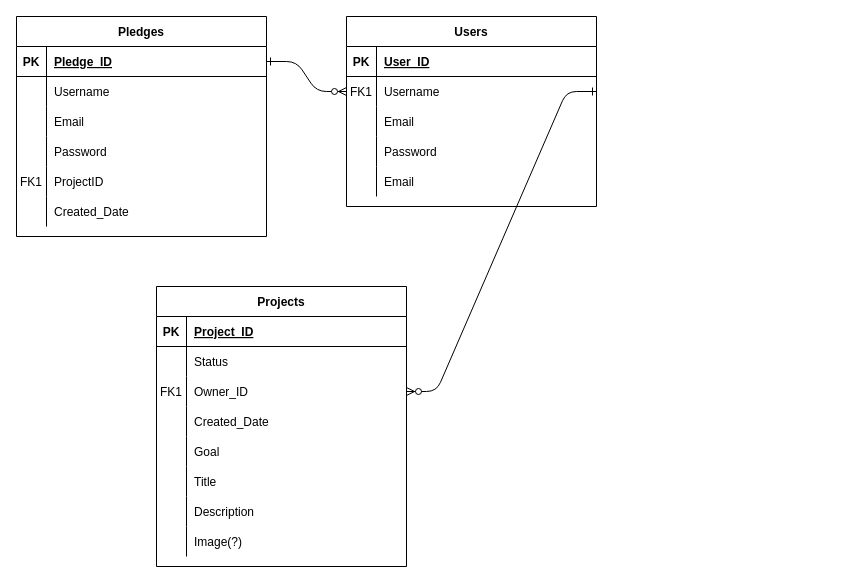
Earlier version of the draw.io diagram ERD.drawio (BrooklinC/crowdfundproject_backend). Source tidied: cells renumbered, new cells numbered last; positions are measured from the earlier drawing's top-left corner, leaving out a move shared by most shapes. Both pictures are drawn from the tidied source at 100%, with x=0, y=0 at pixel (16, 16).
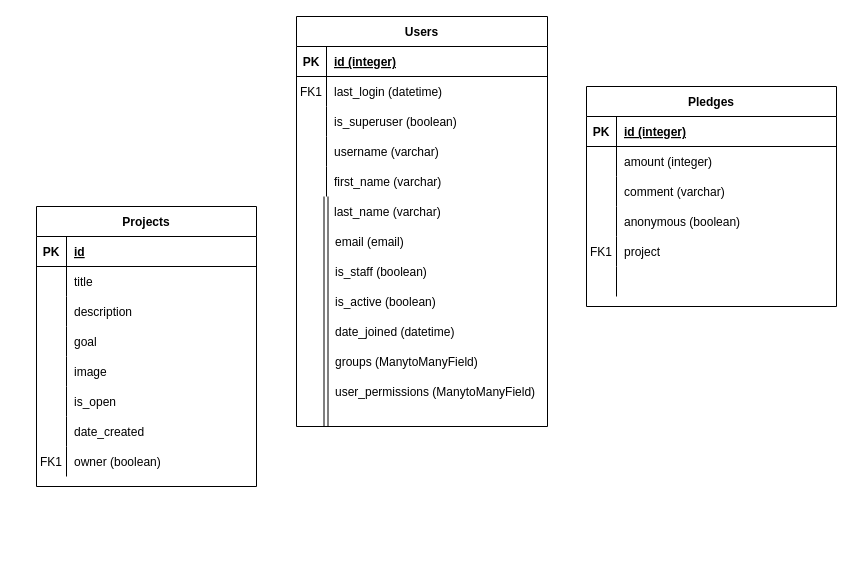
The same page after the edit.

Commit message:
Keep effing swimming

Unchanged cells that the change refers to:
```xml
<mxCell id="46" style="shape=partialRectangle;fillColor=none;points=[[0,0.5],[1,0.5]];portConstraint=eastwest;top=0;left=0;right=0;bottom=1;" parent="45" vertex="1">
  <mxGeometry y="30" width="250" height="30" as="geometry" />
</mxCell>
<mxCell id="49" style="shape=partialRectangle;fillColor=none;top=0;left=0;right=0;bottom=0;" parent="45" vertex="1">
  <mxGeometry y="60" width="250" height="30" as="geometry" />
</mxCell>
<mxCell id="52" style="shape=partialRectangle;fillColor=none;top=0;left=0;right=0;bottom=0;" parent="45" vertex="1">
  <mxGeometry y="90" width="250" height="30" as="geometry" />
</mxCell>
<mxCell id="55" style="shape=partialRectangle;fillColor=none;top=0;left=0;right=0;bottom=0;" parent="45" vertex="1">
  <mxGeometry y="120" width="250" height="30" as="geometry" />
</mxCell>
<mxCell id="58" style="shape=partialRectangle;fillColor=none;top=0;left=0;right=0;bottom=0;" parent="45" vertex="1">
  <mxGeometry y="150" width="250" height="30" as="geometry" />
</mxCell>
<mxCell id="61" style="shape=partialRectangle;fillColor=none;top=0;left=0;right=0;bottom=0;" parent="45" vertex="1">
  <mxGeometry y="180" width="250" height="30" as="geometry" />
</mxCell>
```

What changed in the source:
```diff
@@
-    <mxCell id="2" style="edgeStyle=entityRelationEdgeStyle;endArrow=ERzeroToMany;startArrow=ERone;endFill=1;startFill=0;" parent="1" edge="1" source="46" target="8">
-      <mxGeometry relative="1" as="geometry" />
-    </mxCell>
-    <mxCell id="3" style="edgeStyle=entityRelationEdgeStyle;endArrow=ERzeroToMany;startArrow=ERone;endFill=1;startFill=0;entryX=1;entryY=0.5;entryDx=0;entryDy=0;exitX=1;exitY=0.5;exitDx=0;exitDy=0;" parent="1" edge="1" source="8" target="27">
-      <mxGeometry relative="1" as="geometry" />
-    </mxCell>
     <mxCell id="4" value="Users" style="shape=table;startSize=30;childLayout=tableLayout;rowLines=0;fontStyle=1;align=center;" parent="1" vertex="1">
-      <mxGeometry x="330" width="250" height="190" as="geometry" />
+      <mxGeometry x="280" width="251" height="410" as="geometry" />
     </mxCell>
     <mxCell id="5" style="shape=partialRectangle;fillColor=none;top=0;left=0;right=0;bottom=1;" parent="4" vertex="1">
-      <mxGeometry y="30" width="250" height="30" as="geometry" />
+      <mxGeometry y="30" width="251" height="30" as="geometry" />
     </mxCell>
@@
-    <mxCell id="7" value="User_ID" style="shape=partialRectangle;overflow=hidden;fillColor=none;top=0;left=0;bottom=0;right=0;align=left;spacingLeft=6;fontStyle=5;" parent="5" vertex="1">
-      <mxGeometry x="30" width="220" height="30" as="geometry" />
+    <mxCell id="7" value="id (integer)" style="shape=partialRectangle;overflow=hidden;fillColor=none;top=0;left=0;bottom=0;right=0;align=left;spacingLeft=6;fontStyle=5;" parent="5" vertex="1">
+      <mxGeometry x="30" width="221" height="30" as="geometry" />
     </mxCell>
     <mxCell id="8" style="shape=partialRectangle;fillColor=none;points=[[0,0.5],[1,0.5]];portConstraint=eastwest;top=0;left=0;right=0;bottom=0;" parent="4" vertex="1">
-      <mxGeometry y="60" width="250" height="30" as="geometry" />
+      <mxGeometry y="60" width="251" height="30" as="geometry" />
     </mxCell>
@@
-    <mxCell id="10" value="Username" style="shape=partialRectangle;overflow=hidden;fillColor=none;top=0;left=0;bottom=0;right=0;align=left;spacingLeft=6;" parent="8" vertex="1">
-      <mxGeometry x="30" width="220" height="30" as="geometry" />
+    <mxCell id="10" value="last_login (datetime)" style="shape=partialRectangle;overflow=hidden;fillColor=none;top=0;left=0;bottom=0;right=0;align=left;spacingLeft=6;" parent="8" vertex="1">
+      <mxGeometry x="30" width="221" height="30" as="geometry" />
     </mxCell>
     <mxCell id="11" style="shape=partialRectangle;fillColor=none;top=0;left=0;right=0;bottom=0;" parent="4" vertex="1">
-      <mxGeometry y="90" width="250" height="30" as="geometry" />
+      <mxGeometry y="90" width="251" height="30" as="geometry" />
     </mxCell>
@@
-    <mxCell id="13" value="Email" style="shape=partialRectangle;overflow=hidden;fillColor=none;top=0;left=0;bottom=0;right=0;align=left;spacingLeft=6;" parent="11" vertex="1">
-      <mxGeometry x="30" width="220" height="30" as="geometry" />
+    <mxCell id="13" value="is_superuser (boolean)" style="shape=partialRectangle;overflow=hidden;fillColor=none;top=0;left=0;bottom=0;right=0;align=left;spacingLeft=6;" parent="11" vertex="1">
+      <mxGeometry x="30" width="221" height="30" as="geometry" />
     </mxCell>
     <mxCell id="14" style="shape=partialRectangle;fillColor=none;top=0;left=0;right=0;bottom=0;" parent="4" vertex="1">
-      <mxGeometry y="120" width="250" height="30" as="geometry" />
+      <mxGeometry y="120" width="251" height="30" as="geometry" />
     </mxCell>
@@
-    <mxCell id="16" value="Password" style="shape=partialRectangle;overflow=hidden;fillColor=none;top=0;left=0;bottom=0;right=0;align=left;spacingLeft=6;" parent="14" vertex="1">
-      <mxGeometry x="30" width="220" height="30" as="geometry" />
+    <mxCell id="16" value="username (varchar)" style="shape=partialRectangle;overflow=hidden;fillColor=none;top=0;left=0;bottom=0;right=0;align=left;spacingLeft=6;" parent="14" vertex="1">
+      <mxGeometry x="30" width="221" height="30" as="geometry" />
     </mxCell>
     <mxCell id="17" style="shape=partialRectangle;fillColor=none;top=0;left=0;right=0;bottom=0;" parent="4" vertex="1">
-      <mxGeometry y="150" width="250" height="30" as="geometry" />
+      <mxGeometry y="150" width="251" height="30" as="geometry" />
     </mxCell>
@@
-    <mxCell id="19" value="Email" style="shape=partialRectangle;overflow=hidden;fillColor=none;top=0;left=0;bottom=0;right=0;align=left;spacingLeft=6;" parent="17" vertex="1">
-      <mxGeometry x="30" width="220" height="30" as="geometry" />
+    <mxCell id="19" value="first_name (varchar)" style="shape=partialRectangle;overflow=hidden;fillColor=none;top=0;left=0;bottom=0;right=0;align=left;spacingLeft=6;" parent="17" vertex="1">
+      <mxGeometry x="30" width="221" height="30" as="geometry" />
     </mxCell>
     <mxCell id="20" value="Projects" style="shape=table;startSize=30;childLayout=tableLayout;rowLines=0;fontStyle=1;align=center;" parent="1" vertex="1">
-      <mxGeometry x="140" y="270" width="250" height="280" as="geometry" />
+      <mxGeometry x="20" y="190" width="220" height="280" as="geometry" />
     </mxCell>
     <mxCell id="21" style="shape=partialRectangle;fillColor=none;top=0;left=0;right=0;bottom=1;" parent="20" vertex="1">
-      <mxGeometry y="30" width="250" height="30" as="geometry" />
+      <mxGeometry y="30" width="220" height="30" as="geometry" />
     </mxCell>
@@
-    <mxCell id="23" value="Project_ID" style="shape=partialRectangle;overflow=hidden;fillColor=none;top=0;left=0;bottom=0;right=0;align=left;spacingLeft=6;fontStyle=5;" parent="21" vertex="1">
-      <mxGeometry x="30" width="220" height="30" as="geometry" />
+    <mxCell id="23" value="id" style="shape=partialRectangle;overflow=hidden;fillColor=none;top=0;left=0;bottom=0;right=0;align=left;spacingLeft=6;fontStyle=5;" parent="21" vertex="1">
+      <mxGeometry x="30" width="190" height="30" as="geometry" />
     </mxCell>
     <mxCell id="24" style="shape=partialRectangle;fillColor=none;top=0;left=0;right=0;bottom=0;" parent="20" vertex="1">
-      <mxGeometry y="60" width="250" height="30" as="geometry" />
+      <mxGeometry y="60" width="220" height="30" as="geometry" />
     </mxCell>
@@
-    <mxCell id="26" value="Status" style="shape=partialRectangle;overflow=hidden;fillColor=none;top=0;left=0;bottom=0;right=0;align=left;spacingLeft=6;" parent="24" vertex="1">
-      <mxGeometry x="30" width="220" height="30" as="geometry" />
+    <mxCell id="26" value="title" style="shape=partialRectangle;overflow=hidden;fillColor=none;top=0;left=0;bottom=0;right=0;align=left;spacingLeft=6;" parent="24" vertex="1">
+      <mxGeometry x="30" width="190" height="30" as="geometry" />
     </mxCell>
     <mxCell id="27" style="shape=partialRectangle;fillColor=none;points=[[0,0.5],[1,0.5]];portConstraint=eastwest;top=0;left=0;right=0;bottom=0;" parent="20" vertex="1">
-      <mxGeometry y="90" width="250" height="30" as="geometry" />
+      <mxGeometry y="90" width="220" height="30" as="geometry" />
     </mxCell>
-    <mxCell id="28" value="FK1" style="shape=partialRectangle;overflow=hidden;fillColor=none;top=0;left=0;bottom=0;right=0;" parent="27" vertex="1">
+    <mxCell id="28" style="shape=partialRectangle;overflow=hidden;fillColor=none;top=0;left=0;bottom=0;right=0;" parent="27" vertex="1">
       <mxGeometry width="30" height="30" as="geometry" />
     </mxCell>
-    <mxCell id="29" value="Owner_ID" style="shape=partialRectangle;overflow=hidden;fillColor=none;top=0;left=0;bottom=0;right=0;align=left;spacingLeft=6;" parent="27" vertex="1">
-      <mxGeometry x="30" width="220" height="30" as="geometry" />
+    <mxCell id="29" value="description" style="shape=partialRectangle;overflow=hidden;fillColor=none;top=0;left=0;bottom=0;right=0;align=left;spacingLeft=6;" parent="27" vertex="1">
+      <mxGeometry x="30" width="190" height="30" as="geometry" />
     </mxCell>
     <mxCell id="30" style="shape=partialRectangle;fillColor=none;top=0;left=0;right=0;bottom=0;" parent="20" vertex="1">
-      <mxGeometry y="120" width="250" height="30" as="geometry" />
+      <mxGeometry y="120" width="220" height="30" as="geometry" />
     </mxCell>
@@
-    <mxCell id="32" value="Created_Date" style="shape=partialRectangle;overflow=hidden;fillColor=none;top=0;left=0;bottom=0;right=0;align=left;spacingLeft=6;" parent="30" vertex="1">
-      <mxGeometry x="30" width="220" height="30" as="geometry" />
+    <mxCell id="32" value="goal" style="shape=partialRectangle;overflow=hidden;fillColor=none;top=0;left=0;bottom=0;right=0;align=left;spacingLeft=6;" parent="30" vertex="1">
+      <mxGeometry x="30" width="190" height="30" as="geometry" />
     </mxCell>
     <mxCell id="33" style="shape=partialRectangle;fillColor=none;top=0;left=0;right=0;bottom=0;" parent="20" vertex="1">
-      <mxGeometry y="150" width="250" height="30" as="geometry" />
+      <mxGeometry y="150" width="220" height="30" as="geometry" />
     </mxCell>
@@
-    <mxCell id="35" value="Goal" style="shape=partialRectangle;overflow=hidden;fillColor=none;top=0;left=0;bottom=0;right=0;align=left;spacingLeft=6;" parent="33" vertex="1">
-      <mxGeometry x="30" width="220" height="30" as="geometry" />
+    <mxCell id="35" value="image" style="shape=partialRectangle;overflow=hidden;fillColor=none;top=0;left=0;bottom=0;right=0;align=left;spacingLeft=6;" parent="33" vertex="1">
+      <mxGeometry x="30" width="190" height="30" as="geometry" />
     </mxCell>
     <mxCell id="36" style="shape=partialRectangle;fillColor=none;top=0;left=0;right=0;bottom=0;" parent="20" vertex="1">
-      <mxGeometry y="180" width="250" height="30" as="geometry" />
+      <mxGeometry y="180" width="220" height="30" as="geometry" />
     </mxCell>
@@
-    <mxCell id="38" value="Title" style="shape=partialRectangle;overflow=hidden;fillColor=none;top=0;left=0;bottom=0;right=0;align=left;spacingLeft=6;" parent="36" vertex="1">
-      <mxGeometry x="30" width="220" height="30" as="geometry" />
+    <mxCell id="38" value="is_open" style="shape=partialRectangle;overflow=hidden;fillColor=none;top=0;left=0;bottom=0;right=0;align=left;spacingLeft=6;" parent="36" vertex="1">
+      <mxGeometry x="30" width="190" height="30" as="geometry" />
     </mxCell>
     <mxCell id="39" style="shape=partialRectangle;fillColor=none;top=0;left=0;right=0;bottom=0;" parent="20" vertex="1">
-      <mxGeometry y="210" width="250" height="30" as="geometry" />
+      <mxGeometry y="210" width="220" height="30" as="geometry" />
     </mxCell>
@@
-    <mxCell id="41" value="Description" style="shape=partialRectangle;overflow=hidden;fillColor=none;top=0;left=0;bottom=0;right=0;align=left;spacingLeft=6;" parent="39" vertex="1">
-      <mxGeometry x="30" width="220" height="30" as="geometry" />
+    <mxCell id="41" value="date_created" style="shape=partialRectangle;overflow=hidden;fillColor=none;top=0;left=0;bottom=0;right=0;align=left;spacingLeft=6;" parent="39" vertex="1">
+      <mxGeometry x="30" width="190" height="30" as="geometry" />
     </mxCell>
     <mxCell id="42" style="shape=partialRectangle;fillColor=none;top=0;left=0;right=0;bottom=0;" parent="20" vertex="1">
-      <mxGeometry y="240" width="250" height="30" as="geometry" />
+      <mxGeometry y="240" width="220" height="30" as="geometry" />
     </mxCell>
@@
-    <mxCell id="44" value="Image(?)" style="shape=partialRectangle;overflow=hidden;fillColor=none;top=0;left=0;bottom=0;right=0;align=left;spacingLeft=6;" parent="42" vertex="1">
-      <mxGeometry x="30" width="220" height="30" as="geometry" />
+    <mxCell id="44" value="owner (boolean)" style="shape=partialRectangle;overflow=hidden;fillColor=none;top=0;left=0;bottom=0;right=0;align=left;spacingLeft=6;" parent="42" vertex="1">
+      <mxGeometry x="30" width="190" height="30" as="geometry" />
     </mxCell>
     <mxCell id="45" value="Pledges" style="shape=table;startSize=30;childLayout=tableLayout;rowLines=0;fontStyle=1;align=center;" parent="1" vertex="1">
-      <mxGeometry width="250" height="220" as="geometry" />
+      <mxGeometry x="570" y="70" width="250" height="220" as="geometry" />
     </mxCell>
@@
-    <mxCell id="48" value="Pledge_ID" style="shape=partialRectangle;overflow=hidden;fillColor=none;top=0;left=0;bottom=0;right=0;align=left;spacingLeft=6;fontStyle=5;" parent="46" vertex="1">
+    <mxCell id="48" value="id (integer)" style="shape=partialRectangle;overflow=hidden;fillColor=none;top=0;left=0;bottom=0;right=0;align=left;spacingLeft=6;fontStyle=5;" parent="46" vertex="1">
       <mxGeometry x="30" width="220" height="30" as="geometry" />
     </mxCell>
@@
-    <mxCell id="51" value="Username" style="shape=partialRectangle;overflow=hidden;fillColor=none;top=0;left=0;bottom=0;right=0;align=left;spacingLeft=6;" parent="49" vertex="1">
+    <mxCell id="51" value="amount (integer)" style="shape=partialRectangle;overflow=hidden;fillColor=none;top=0;left=0;bottom=0;right=0;align=left;spacingLeft=6;" parent="49" vertex="1">
       <mxGeometry x="30" width="220" height="30" as="geometry" />
     </mxCell>
@@
-    <mxCell id="54" value="Email" style="shape=partialRectangle;overflow=hidden;fillColor=none;top=0;left=0;bottom=0;right=0;align=left;spacingLeft=6;" parent="52" vertex="1">
+    <mxCell id="54" value="comment (varchar)" style="shape=partialRectangle;overflow=hidden;fillColor=none;top=0;left=0;bottom=0;right=0;align=left;spacingLeft=6;" parent="52" vertex="1">
       <mxGeometry x="30" width="220" height="30" as="geometry" />
     </mxCell>
@@
-    <mxCell id="57" value="Password" style="shape=partialRectangle;overflow=hidden;fillColor=none;top=0;left=0;bottom=0;right=0;align=left;spacingLeft=6;" parent="55" vertex="1">
+    <mxCell id="57" value="anonymous (boolean)" style="shape=partialRectangle;overflow=hidden;fillColor=none;top=0;left=0;bottom=0;right=0;align=left;spacingLeft=6;" parent="55" vertex="1">
       <mxGeometry x="30" width="220" height="30" as="geometry" />
     </mxCell>
@@
-    <mxCell id="60" value="ProjectID" style="shape=partialRectangle;overflow=hidden;fillColor=none;top=0;left=0;bottom=0;right=0;align=left;spacingLeft=6;" parent="58" vertex="1">
+    <mxCell id="60" value="project " style="shape=partialRectangle;overflow=hidden;fillColor=none;top=0;left=0;bottom=0;right=0;align=left;spacingLeft=6;" parent="58" vertex="1">
       <mxGeometry x="30" width="220" height="30" as="geometry" />
     </mxCell>
@@
-    <mxCell id="63" value="Created_Date" style="shape=partialRectangle;overflow=hidden;fillColor=none;top=0;left=0;bottom=0;right=0;align=left;spacingLeft=6;" parent="61" vertex="1">
+    <mxCell id="63" style="shape=partialRectangle;overflow=hidden;fillColor=none;top=0;left=0;bottom=0;right=0;align=left;spacingLeft=6;" parent="61" vertex="1">
       <mxGeometry x="30" width="220" height="30" as="geometry" />
     </mxCell>
+    <mxCell id="64" value="last_name (varchar)" style="shape=partialRectangle;overflow=hidden;fillColor=none;top=0;left=0;bottom=0;right=0;align=left;spacingLeft=6;" parent="1" vertex="1">
+      <mxGeometry x="310" y="180" width="221" height="30" as="geometry" />
+    </mxCell>
+    <mxCell id="65" value="email (email)" style="shape=partialRectangle;overflow=hidden;fillColor=none;top=0;left=0;bottom=0;right=0;align=left;spacingLeft=6;" parent="1" vertex="1">
+      <mxGeometry x="311" y="210" width="220" height="30" as="geometry" />
+    </mxCell>
+    <mxCell id="66" value="is_staff (boolean)" style="shape=partialRectangle;overflow=hidden;fillColor=none;top=0;left=0;bottom=0;right=0;align=left;spacingLeft=6;" parent="1" vertex="1">
+      <mxGeometry x="311" y="240" width="220" height="30" as="geometry" />
+    </mxCell>
+    <mxCell id="67" value="is_active (boolean)" style="shape=partialRectangle;overflow=hidden;fillColor=none;top=0;left=0;bottom=0;right=0;align=left;spacingLeft=6;" parent="1" vertex="1">
+      <mxGeometry x="311" y="270" width="220" height="30" as="geometry" />
+    </mxCell>
+    <mxCell id="68" value="date_joined (datetime)" style="shape=partialRectangle;overflow=hidden;fillColor=none;top=0;left=0;bottom=0;right=0;align=left;spacingLeft=6;" parent="1" vertex="1">
+      <mxGeometry x="311" y="300" width="220" height="30" as="geometry" />
+    </mxCell>
+    <mxCell id="69" value="groups (ManytoManyField)" style="shape=partialRectangle;overflow=hidden;fillColor=none;top=0;left=0;bottom=0;right=0;align=left;spacingLeft=6;" parent="1" vertex="1">
+      <mxGeometry x="311" y="330" width="220" height="30" as="geometry" />
+    </mxCell>
+    <mxCell id="70" value="user_permissions (ManytoManyField)" style="shape=partialRectangle;overflow=hidden;fillColor=none;top=0;left=0;bottom=0;right=0;align=left;spacingLeft=6;" parent="1" vertex="1">
+      <mxGeometry x="311" y="360" width="220" height="30" as="geometry" />
+    </mxCell>
+    <mxCell id="71" style="shape=link;html=1;" parent="1" edge="1">
+      <mxGeometry relative="1" as="geometry">
+        <mxPoint x="309.5" y="180" as="sourcePoint" />
+        <mxPoint x="309.5" y="410" as="targetPoint" />
+      </mxGeometry>
+    </mxCell>
+    <mxCell id="72" value="FK1" style="shape=partialRectangle;overflow=hidden;fillColor=none;top=0;left=0;bottom=0;right=0;" parent="1" vertex="1">
+      <mxGeometry x="20" y="430" width="30" height="30" as="geometry" />
+    </mxCell>
```
